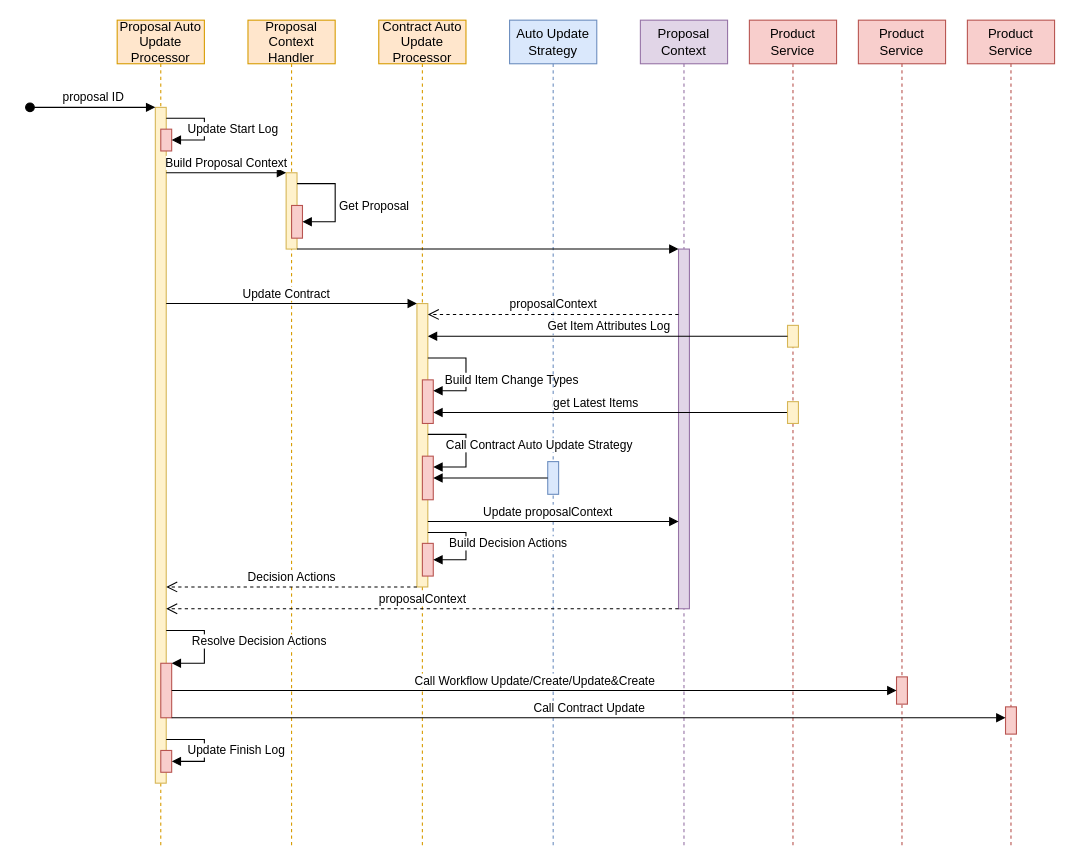
This is Proposal Update Entry Sequence Diagram.drawio from dajin-kingland/UMLdiagrams, a draw.io file, before an edit. Source tidied: cells renumbered, new cells numbered last; positions are measured from the earlier drawing's top-left corner, leaving out a move shared by most shapes. Both pictures are drawn from the tidied source at 109%, with x=0, y=0 at pixel (29, 20).
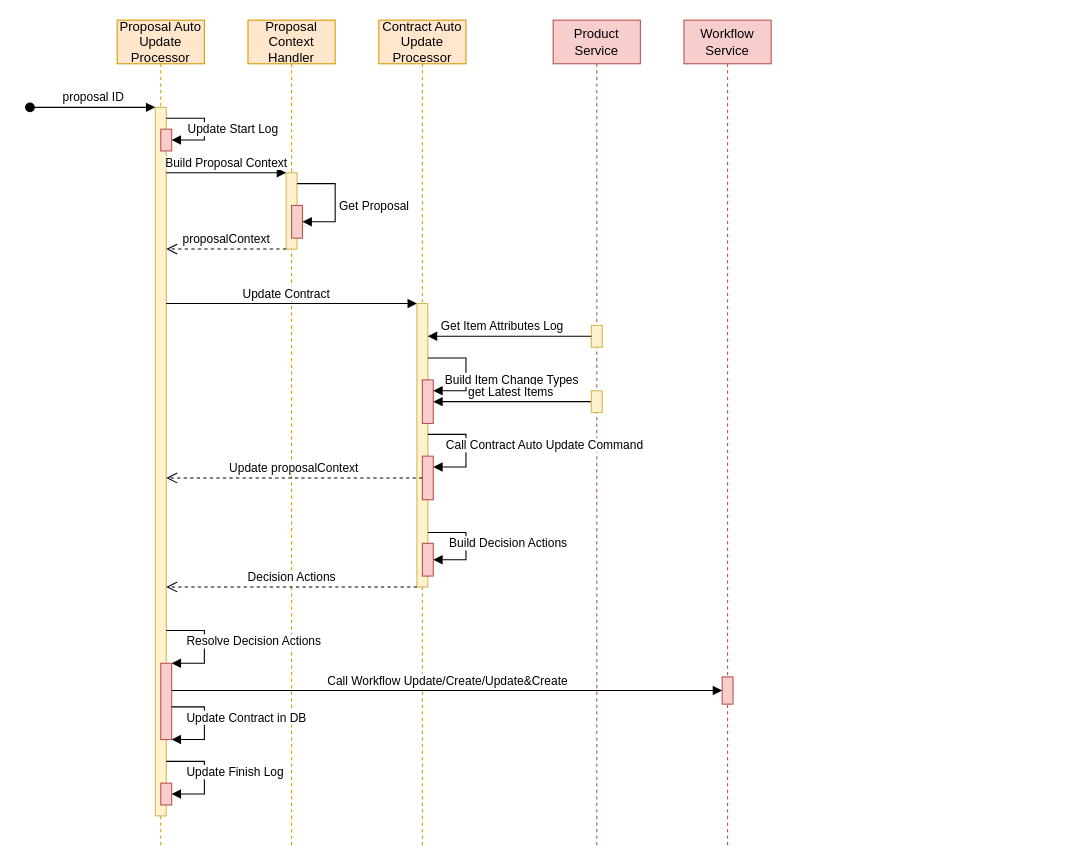
Above is the later version.

Unchanged cells that the change refers to:
```xml
<mxCell id="2" value="&lt;font style=&quot;font-size: 12px&quot;&gt;Proposal Auto Update Processor&lt;/font&gt;" style="shape=umlLifeline;perimeter=lifelinePerimeter;whiteSpace=wrap;html=1;fillColor=#ffe6cc;strokeColor=#d79b00;" parent="1" vertex="1">
  <mxGeometry x="80" width="80" height="760" as="geometry" />
</mxCell>
<mxCell id="6" style="html=1;points=[];perimeter=orthogonalPerimeter;fillColor=#fff2cc;strokeColor=#d6b656;" parent="5" vertex="1">
  <mxGeometry x="35" y="140" width="10" height="70" as="geometry" />
</mxCell>
<mxCell id="11" style="html=1;points=[];perimeter=orthogonalPerimeter;fillColor=#fff2cc;strokeColor=#d6b656;" parent="10" vertex="1">
  <mxGeometry x="35" y="260" width="10" height="260" as="geometry" />
</mxCell>
<mxCell id="12" style="html=1;points=[];perimeter=orthogonalPerimeter;fillColor=#f8cecc;strokeColor=#b85450;" parent="10" vertex="1">
  <mxGeometry x="40" y="330" width="10" height="40" as="geometry" />
</mxCell>
<mxCell id="25" style="html=1;points=[];perimeter=orthogonalPerimeter;fillColor=#f8cecc;strokeColor=#b85450;" parent="24" vertex="1">
  <mxGeometry x="35" y="602.5" width="10" height="25" as="geometry" />
</mxCell>
<mxCell id="43" style="html=1;points=[];perimeter=orthogonalPerimeter;fillColor=#f8cecc;strokeColor=#b85450;" parent="1" vertex="1">
  <mxGeometry x="360" y="400" width="10" height="40" as="geometry" />
</mxCell>
```

Change to the diagram source:
```diff
@@
     <mxCell id="3" style="html=1;points=[];perimeter=orthogonalPerimeter;fillColor=#fff2cc;strokeColor=#d6b656;" parent="2" vertex="1">
-      <mxGeometry x="35" y="80" width="10" height="620" as="geometry" />
+      <mxGeometry x="35" y="80" width="10" height="650" as="geometry" />
     </mxCell>
@@
     <mxCell id="8" value="&lt;font style=&quot;font-size: 12px&quot;&gt;Product Service&lt;/font&gt;" style="shape=umlLifeline;perimeter=lifelinePerimeter;whiteSpace=wrap;html=1;fillColor=#f8cecc;strokeColor=#b85450;" parent="1" vertex="1">
-      <mxGeometry x="660" width="80" height="760" as="geometry" />
+      <mxGeometry x="480" width="80" height="760" as="geometry" />
     </mxCell>
@@
-    <mxCell id="14" value="Auto Update Strategy" style="shape=umlLifeline;perimeter=lifelinePerimeter;whiteSpace=wrap;html=1;fillColor=#dae8fc;strokeColor=#6c8ebf;" parent="1" vertex="1">
-      <mxGeometry x="440" width="80" height="760" as="geometry" />
-    </mxCell>
-    <mxCell id="15" style="html=1;points=[];perimeter=orthogonalPerimeter;fillColor=#dae8fc;strokeColor=#6c8ebf;" parent="14" vertex="1">
-      <mxGeometry x="35" y="405" width="10" height="30" as="geometry" />
-    </mxCell>
@@
-    <mxCell id="21" value="Proposal&lt;br&gt;Context" style="shape=umlLifeline;perimeter=lifelinePerimeter;whiteSpace=wrap;html=1;fillColor=#e1d5e7;strokeColor=#9673a6;" parent="1" vertex="1">
-      <mxGeometry x="560" width="80" height="760" as="geometry" />
-    </mxCell>
-    <mxCell id="22" style="html=1;points=[];perimeter=orthogonalPerimeter;fillColor=#e1d5e7;strokeColor=#9673a6;" parent="21" vertex="1">
-      <mxGeometry x="35" y="210" width="10" height="330" as="geometry" />
-    </mxCell>
-    <mxCell id="23" value="proposalContext" style="html=1;verticalAlign=bottom;endArrow=open;dashed=1;endSize=8;" parent="1" edge="1" source="22" target="3">
+    <mxCell id="23" value="proposalContext" style="html=1;verticalAlign=bottom;endArrow=open;dashed=1;endSize=8;" parent="1" edge="1" source="6" target="3">
       <mxGeometry relative="1" as="geometry">
         <Array as="points">
-          <mxPoint x="400" y="540" />
+          <mxPoint x="190" y="210" />
         </Array>
       </mxGeometry>
     </mxCell>
-    <mxCell id="24" value="&lt;font style=&quot;font-size: 12px&quot;&gt;Product Service&lt;/font&gt;" style="shape=umlLifeline;perimeter=lifelinePerimeter;whiteSpace=wrap;html=1;fillColor=#f8cecc;strokeColor=#b85450;" parent="1" vertex="1">
-      <mxGeometry x="760" width="80" height="760" as="geometry" />
+    <mxCell id="24" value="&lt;font style=&quot;font-size: 12px&quot;&gt;Workflow Service&lt;/font&gt;" style="shape=umlLifeline;perimeter=lifelinePerimeter;whiteSpace=wrap;html=1;fillColor=#f8cecc;strokeColor=#b85450;" parent="1" vertex="1">
+      <mxGeometry x="600" width="80" height="760" as="geometry" />
     </mxCell>
@@
-    <mxCell id="26" value="&lt;font style=&quot;font-size: 12px&quot;&gt;Product Service&lt;/font&gt;" style="shape=umlLifeline;perimeter=lifelinePerimeter;whiteSpace=wrap;html=1;fillColor=#f8cecc;strokeColor=#b85450;" parent="1" vertex="1">
-      <mxGeometry x="860" width="80" height="760" as="geometry" />
-    </mxCell>
     <mxCell id="27" style="html=1;points=[];perimeter=orthogonalPerimeter;fillColor=#f8cecc;strokeColor=#b85450;" parent="1" vertex="1">
-      <mxGeometry x="120" y="590" width="10" height="50" as="geometry" />
+      <mxGeometry x="120" y="590" width="10" height="70" as="geometry" />
     </mxCell>
     <mxCell id="28" value="Resolve Decision Actions" style="edgeStyle=orthogonalEdgeStyle;html=1;align=left;spacingLeft=2;endArrow=block;rounded=0;" parent="1" edge="1" source="3" target="27">
-      <mxGeometry x="-0.57" y="-10" relative="1" as="geometry">
+      <mxGeometry x="-0.68" y="-10" relative="1" as="geometry">
         <Array as="points">
           <mxPoint x="160" y="560" />
           <mxPoint x="160" y="590" />
         </Array>
       </mxGeometry>
     </mxCell>
     <mxCell id="29" value="Call Workflow Update/Create/Update&amp;amp;Create" style="html=1;verticalAlign=bottom;endArrow=block;" parent="1" edge="1" source="27" target="25">
-      <mxGeometry relative="1" as="geometry" />
+      <mxGeometry relative="1" as="geometry">
+        <Array as="points">
+          <mxPoint x="380" y="615" />
+        </Array>
+      </mxGeometry>
     </mxCell>
-    <mxCell id="30" style="html=1;points=[];perimeter=orthogonalPerimeter;fillColor=#f8cecc;strokeColor=#b85450;" parent="1" vertex="1">
-      <mxGeometry x="895" y="630" width="10" height="25" as="geometry" />
-    </mxCell>
-    <mxCell id="31" value="Call Contract Update" style="html=1;verticalAlign=bottom;endArrow=block;" parent="1" edge="1" source="27" target="30">
-      <mxGeometry relative="1" as="geometry">
-        <Array as="points">
-          <mxPoint x="455" y="640" />
-        </Array>
-      </mxGeometry>
-    </mxCell>
     <mxCell id="32" style="html=1;points=[];perimeter=orthogonalPerimeter;fillColor=#f8cecc;strokeColor=#b85450;" parent="1" vertex="1">
-      <mxGeometry x="120" y="670" width="10" height="20" as="geometry" />
+      <mxGeometry x="120" y="700" width="10" height="20" as="geometry" />
     </mxCell>
     <mxCell id="33" value="Update Finish Log" style="edgeStyle=orthogonalEdgeStyle;html=1;align=left;spacingLeft=2;endArrow=block;rounded=0;" parent="1" edge="1" source="3" target="32">
-      <mxGeometry x="0.73" y="-10" relative="1" as="geometry">
+      <mxGeometry x="-0.68" y="-10" relative="1" as="geometry">
         <Array as="points">
-          <mxPoint x="160" y="660" />
           <mxPoint x="160" y="680" />
-          <mxPoint x="125" y="680" />
+          <mxPoint x="160" y="710" />
         </Array>
       </mxGeometry>
     </mxCell>
-    <mxCell id="34" style="html=1;verticalAlign=bottom;endArrow=block;" parent="1" edge="1" source="6">
-      <mxGeometry relative="1" as="geometry">
-        <mxPoint x="595" y="210" as="targetPoint" />
-        <Array as="points">
-          <mxPoint x="450" y="210" />
-        </Array>
-      </mxGeometry>
-    </mxCell>
@@
-    <mxCell id="37" value="proposalContext" style="html=1;verticalAlign=bottom;endArrow=open;dashed=1;endSize=8;" parent="1" edge="1" source="22" target="11">
-      <mxGeometry relative="1" as="geometry">
-        <Array as="points">
-          <mxPoint x="440" y="270" />
-        </Array>
-      </mxGeometry>
-    </mxCell>
     <mxCell id="38" style="edgeStyle=orthogonalEdgeStyle;rounded=0;jettySize=auto;html=1;endArrow=block;endFill=1;" parent="1" edge="1" source="40" target="12">
-      <mxGeometry relative="1" as="geometry">
-        <Array as="points">
-          <mxPoint x="620" y="360" />
-          <mxPoint x="620" y="360" />
-        </Array>
-      </mxGeometry>
+      <mxGeometry relative="1" as="geometry" />
     </mxCell>
@@
     <mxCell id="40" style="html=1;points=[];perimeter=orthogonalPerimeter;fillColor=#fff2cc;strokeColor=#d6b656;" parent="1" vertex="1">
-      <mxGeometry x="695" y="350" width="10" height="20" as="geometry" />
+      <mxGeometry x="515" y="340" width="10" height="20" as="geometry" />
     </mxCell>
@@
-    <mxCell id="44" value="Call Contract Auto Update Strategy" style="edgeStyle=orthogonalEdgeStyle;html=1;align=left;spacingLeft=2;endArrow=block;rounded=0;" parent="1" edge="1" source="11" target="43">
+    <mxCell id="44" value="Call Contract Auto Update Command" style="edgeStyle=orthogonalEdgeStyle;html=1;align=left;spacingLeft=2;endArrow=block;rounded=0;" parent="1" edge="1" source="11" target="43">
       <mxGeometry x="-0.72" y="-10" relative="1" as="geometry">
         <Array as="points">
           <mxPoint x="400" y="380" />
           <mxPoint x="400" y="410" />
         </Array>
       </mxGeometry>
     </mxCell>
-    <mxCell id="45" style="edgeStyle=orthogonalEdgeStyle;rounded=0;jettySize=auto;html=1;endArrow=block;endFill=1;" parent="1" edge="1" source="15" target="43">
-      <mxGeometry relative="1" as="geometry">
-        <Array as="points">
-          <mxPoint x="420" y="420" />
-          <mxPoint x="420" y="420" />
-        </Array>
-      </mxGeometry>
-    </mxCell>
-    <mxCell id="46" style="html=1;verticalAlign=bottom;endArrow=block;" parent="1" edge="1" source="11" target="22">
-      <mxGeometry relative="1" as="geometry">
-        <Array as="points">
-          <mxPoint x="520" y="460" />
-        </Array>
-      </mxGeometry>
-    </mxCell>
-    <mxCell id="47" value="Update proposalContext" style="edgeLabel;html=1;align=center;verticalAlign=middle;" parent="46" vertex="1">
-      <mxGeometry x="-0.39" y="-1" relative="1" as="geometry">
-        <mxPoint x="39" y="-11" as="offset" />
-      </mxGeometry>
-    </mxCell>
@@
+    <mxCell id="47" value="Update proposalContext" style="html=1;verticalAlign=bottom;endArrow=open;dashed=1;endSize=8;" parent="1" edge="1" source="43" target="3">
+      <mxGeometry relative="1" as="geometry" />
+    </mxCell>
+    <mxCell id="50" value="Update Contract in DB" style="edgeStyle=orthogonalEdgeStyle;html=1;align=left;spacingLeft=2;endArrow=block;rounded=0;" parent="1" edge="1" source="27" target="27">
+      <mxGeometry x="-0.78" y="-10" relative="1" as="geometry">
+        <Array as="points">
+          <mxPoint x="160" y="630" />
+          <mxPoint x="160" y="660" />
+        </Array>
+      </mxGeometry>
+    </mxCell>
```
